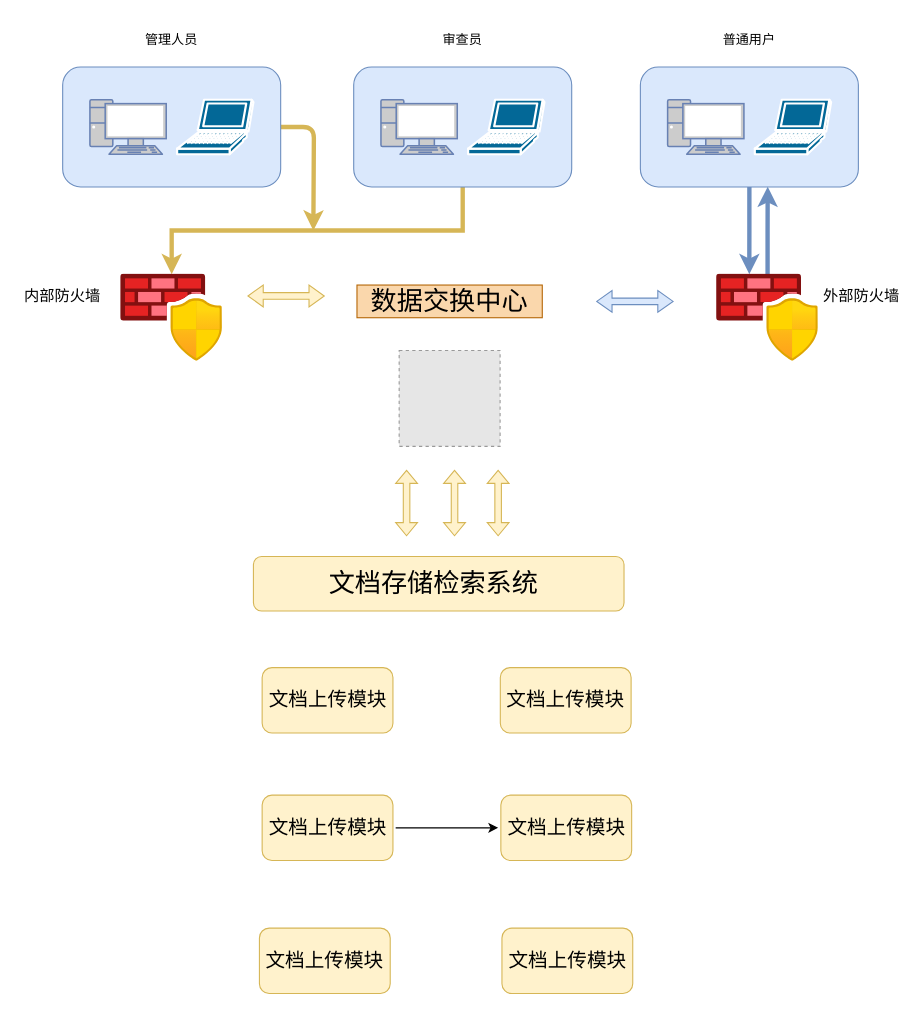
Before: 文档存储检索系统架构图.drawio in MarchAwake/design-graph, a draw.io diagram. Source tidied: cells renumbered, new cells numbered last; positions are measured from the earlier drawing's top-left corner, leaving out a move shared by most shapes. Both pictures are drawn from the tidied source at 109%, with x=0, y=0 at pixel (19, 23). Pictures stored in the file or linked from it are replaced by grey dashed boxes.
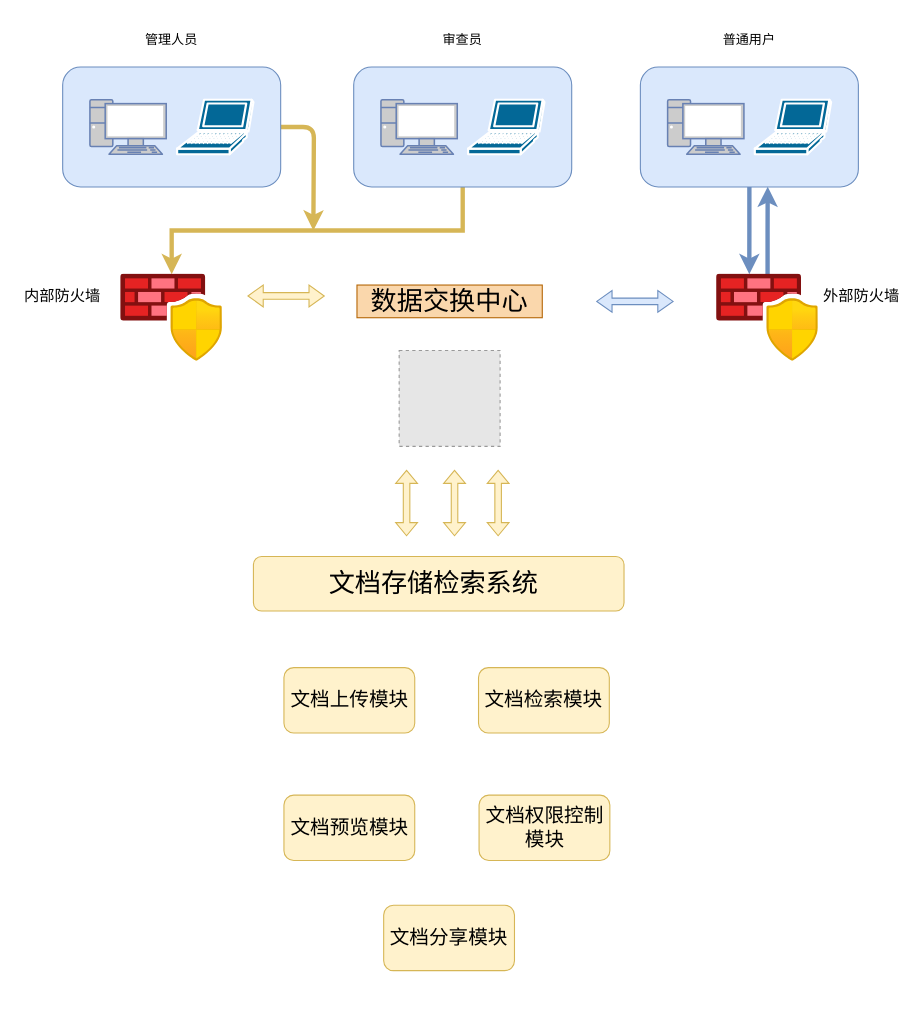
After the change.

Commit message:
更新文档存储检索系统架构图.drawio

What changed in the source:
```diff
@@
     <mxCell id="2" style="rounded=1;whiteSpace=wrap;html=1;fillColor=#fff2cc;strokeColor=#d6b656;" parent="1" vertex="1">
-      <mxGeometry x="223" y="591" width="120" height="60" as="geometry" />
+      <mxGeometry x="243" y="591" width="120" height="60" as="geometry" />
     </mxCell>
-    <mxCell id="3" value="&lt;p class=&quot;MsoNormal&quot;&gt;&lt;font style=&quot;font-size: 18px;&quot; face=&quot;宋体&quot;&gt;文档上传模块&lt;/font&gt;&lt;/p&gt;" style="text;html=1;strokeColor=none;fillColor=none;align=center;verticalAlign=middle;whiteSpace=wrap;rounded=0;" parent="1" vertex="1">
-      <mxGeometry x="220.5" y="606" width="125" height="30" as="geometry" />
+    <mxCell id="3" value="&lt;p class=&quot;MsoNormal&quot;&gt;&lt;font style=&quot;font-size: 18px;&quot;&gt;文档上传模块&lt;/font&gt;&lt;/p&gt;" style="text;html=1;strokeColor=none;fillColor=none;align=center;verticalAlign=middle;whiteSpace=wrap;rounded=0;" parent="1" vertex="1">
+      <mxGeometry x="240.5" y="606" width="125" height="30" as="geometry" />
     </mxCell>
     <mxCell id="4" style="rounded=1;whiteSpace=wrap;html=1;fillColor=#fff2cc;strokeColor=#d6b656;" parent="1" vertex="1">
-      <mxGeometry x="223" y="708" width="120" height="60" as="geometry" />
+      <mxGeometry x="243" y="708" width="120" height="60" as="geometry" />
     </mxCell>
-    <mxCell id="5" style="edgeStyle=orthogonalEdgeStyle;rounded=0;jettySize=auto;html=1;" parent="1" edge="1" source="6" target="10">
-      <mxGeometry relative="1" as="geometry" />
-    </mxCell>
-    <mxCell id="6" value="&lt;p class=&quot;MsoNormal&quot;&gt;&lt;font style=&quot;font-size: 18px;&quot; face=&quot;宋体&quot;&gt;文档上传模块&lt;/font&gt;&lt;/p&gt;" style="text;html=1;strokeColor=none;fillColor=none;align=center;verticalAlign=middle;whiteSpace=wrap;rounded=0;" parent="1" vertex="1">
-      <mxGeometry x="220.5" y="723" width="125" height="30" as="geometry" />
+    <mxCell id="6" value="&lt;p class=&quot;MsoNormal&quot;&gt;&lt;font style=&quot;font-size: 18px;&quot;&gt;文档预览模块&lt;/font&gt;&lt;/p&gt;" style="text;html=1;strokeColor=none;fillColor=none;align=center;verticalAlign=middle;whiteSpace=wrap;rounded=0;" parent="1" vertex="1">
+      <mxGeometry x="240.5" y="723" width="125" height="30" as="geometry" />
     </mxCell>
     <mxCell id="7" style="rounded=1;whiteSpace=wrap;html=1;fillColor=#fff2cc;strokeColor=#d6b656;" parent="1" vertex="1">
-      <mxGeometry x="441.5" y="591" width="120" height="60" as="geometry" />
+      <mxGeometry x="421.5" y="591" width="120" height="60" as="geometry" />
     </mxCell>
-    <mxCell id="8" value="&lt;p class=&quot;MsoNormal&quot;&gt;&lt;font style=&quot;font-size: 18px;&quot; face=&quot;宋体&quot;&gt;文档上传模块&lt;/font&gt;&lt;/p&gt;" style="text;html=1;strokeColor=none;fillColor=none;align=center;verticalAlign=middle;whiteSpace=wrap;rounded=0;" parent="1" vertex="1">
-      <mxGeometry x="439" y="606" width="125" height="30" as="geometry" />
+    <mxCell id="8" value="&lt;p class=&quot;MsoNormal&quot;&gt;&lt;font style=&quot;font-size: 18px;&quot;&gt;文档检索模块&lt;/font&gt;&lt;/p&gt;" style="text;html=1;strokeColor=none;fillColor=none;align=center;verticalAlign=middle;whiteSpace=wrap;rounded=0;" parent="1" vertex="1">
+      <mxGeometry x="419" y="606" width="125" height="30" as="geometry" />
     </mxCell>
     <mxCell id="9" style="rounded=1;whiteSpace=wrap;html=1;fillColor=#fff2cc;strokeColor=#d6b656;" parent="1" vertex="1">
-      <mxGeometry x="442" y="708" width="120" height="60" as="geometry" />
+      <mxGeometry x="422" y="708" width="120" height="60" as="geometry" />
     </mxCell>
-    <mxCell id="10" value="&lt;p class=&quot;MsoNormal&quot;&gt;&lt;font style=&quot;font-size: 18px;&quot; face=&quot;宋体&quot;&gt;文档上传模块&lt;/font&gt;&lt;/p&gt;" style="text;html=1;strokeColor=none;fillColor=none;align=center;verticalAlign=middle;whiteSpace=wrap;rounded=0;" parent="1" vertex="1">
-      <mxGeometry x="439.5" y="723" width="125" height="30" as="geometry" />
+    <mxCell id="10" value="&lt;p class=&quot;MsoNormal&quot;&gt;&lt;font style=&quot;font-size: 18px;&quot;&gt;文档权限控制模块&lt;/font&gt;&lt;/p&gt;" style="text;html=1;strokeColor=none;fillColor=none;align=center;verticalAlign=middle;whiteSpace=wrap;rounded=0;" parent="1" vertex="1">
+      <mxGeometry x="419.5" y="723" width="125" height="30" as="geometry" />
     </mxCell>
     <mxCell id="11" style="rounded=1;whiteSpace=wrap;html=1;fillColor=#fff2cc;strokeColor=#d6b656;" parent="1" vertex="1">
-      <mxGeometry x="220.5" y="830" width="120" height="60" as="geometry" />
+      <mxGeometry x="334.5" y="809" width="120" height="60" as="geometry" />
     </mxCell>
-    <mxCell id="12" value="&lt;p class=&quot;MsoNormal&quot;&gt;&lt;font style=&quot;font-size: 18px;&quot; face=&quot;宋体&quot;&gt;文档上传模块&lt;/font&gt;&lt;/p&gt;" style="text;html=1;strokeColor=none;fillColor=none;align=center;verticalAlign=middle;whiteSpace=wrap;rounded=0;" parent="1" vertex="1">
-      <mxGeometry x="218" y="845" width="125" height="30" as="geometry" />
+    <mxCell id="12" value="&lt;p class=&quot;MsoNormal&quot;&gt;&lt;font style=&quot;font-size: 18px;&quot;&gt;文档分享模块&lt;/font&gt;&lt;/p&gt;" style="text;html=1;strokeColor=none;fillColor=none;align=center;verticalAlign=middle;whiteSpace=wrap;rounded=0;" parent="1" vertex="1">
+      <mxGeometry x="332" y="824" width="125" height="30" as="geometry" />
     </mxCell>
-    <mxCell id="13" style="rounded=1;whiteSpace=wrap;html=1;fillColor=#fff2cc;strokeColor=#d6b656;" parent="1" vertex="1">
-      <mxGeometry x="443" y="830" width="120" height="60" as="geometry" />
-    </mxCell>
-    <mxCell id="14" value="&lt;p class=&quot;MsoNormal&quot;&gt;&lt;font style=&quot;font-size: 18px;&quot; face=&quot;宋体&quot;&gt;文档上传模块&lt;/font&gt;&lt;/p&gt;" style="text;html=1;strokeColor=none;fillColor=none;align=center;verticalAlign=middle;whiteSpace=wrap;rounded=0;" parent="1" vertex="1">
-      <mxGeometry x="440.5" y="845" width="125" height="30" as="geometry" />
-    </mxCell>
```
